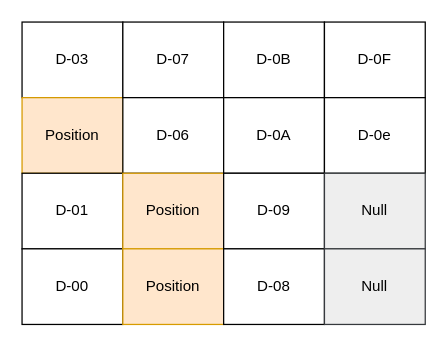
The draw.io diagram 未命名绘图.drawio in blueyesess/rtl_lab, before the edit. Source tidied: cells renumbered, new cells numbered last; positions are measured from the earlier drawing's top-left corner, leaving out a move shared by most shapes. Both pictures are drawn from the tidied source at 126%, with x=0, y=0 at pixel (21, 21).
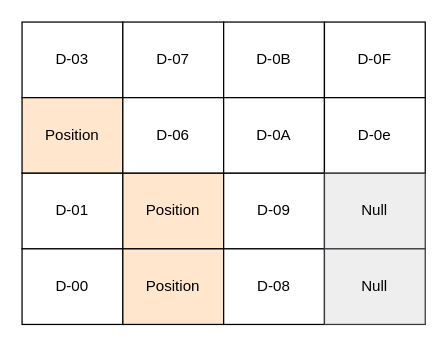
Above is the later version.

Commit message:
更新未命名绘图.drawio

Change to the diagram source:
```diff
@@
 <mxGraphModel>
   <root>
     <mxCell id="0" />
     <mxCell id="1" parent="0" />
     <mxCell id="2" value="D-03" style="rounded=0;whiteSpace=wrap;html=1;" parent="1" vertex="1">
       <mxGeometry width="80" height="60" as="geometry" />
     </mxCell>
-    <mxCell id="3" value="Position" style="rounded=0;whiteSpace=wrap;html=1;fillColor=#ffe6cc;strokeColor=#d79b00;" parent="1" vertex="1">
+    <mxCell id="3" value="Position" style="rounded=0;whiteSpace=wrap;html=1;fillColor=#ffe6cc;strokeColor=#000000;" parent="1" vertex="1">
       <mxGeometry y="60" width="80" height="60" as="geometry" />
     </mxCell>
     <mxCell id="4" value="D-01" style="rounded=0;whiteSpace=wrap;html=1;" parent="1" vertex="1">
       <mxGeometry y="120" width="80" height="60" as="geometry" />
     </mxCell>
     <mxCell id="5" value="D-00" style="rounded=0;whiteSpace=wrap;html=1;" parent="1" vertex="1">
       <mxGeometry y="180" width="80" height="60" as="geometry" />
     </mxCell>
     <mxCell id="6" value="D-07" style="rounded=0;whiteSpace=wrap;html=1;" parent="1" vertex="1">
       <mxGeometry x="80" width="80" height="60" as="geometry" />
     </mxCell>
     <mxCell id="7" value="D-06" style="rounded=0;whiteSpace=wrap;html=1;" parent="1" vertex="1">
       <mxGeometry x="80" y="60" width="80" height="60" as="geometry" />
     </mxCell>
-    <mxCell id="8" value="Position" style="rounded=0;whiteSpace=wrap;html=1;fillColor=#ffe6cc;strokeColor=#d79b00;" parent="1" vertex="1">
+    <mxCell id="8" value="Position" style="rounded=0;whiteSpace=wrap;html=1;fillColor=#ffe6cc;strokeColor=#000000;" parent="1" vertex="1">
       <mxGeometry x="80" y="120" width="80" height="60" as="geometry" />
     </mxCell>
-    <mxCell id="9" value="Position" style="rounded=0;whiteSpace=wrap;html=1;fillColor=#ffe6cc;strokeColor=#d79b00;" parent="1" vertex="1">
+    <mxCell id="9" value="Position" style="rounded=0;whiteSpace=wrap;html=1;fillColor=#ffe6cc;strokeColor=#000000;" parent="1" vertex="1">
       <mxGeometry x="80" y="180" width="80" height="60" as="geometry" />
     </mxCell>
     <mxCell id="10" value="D-0B" style="rounded=0;whiteSpace=wrap;html=1;" parent="1" vertex="1">
       <mxGeometry x="160" width="80" height="60" as="geometry" />
     </mxCell>
     <mxCell id="11" value="D-0A" style="rounded=0;whiteSpace=wrap;html=1;" parent="1" vertex="1">
       <mxGeometry x="160" y="60" width="80" height="60" as="geometry" />
     </mxCell>
     <mxCell id="12" value="D-09" style="rounded=0;whiteSpace=wrap;html=1;" parent="1" vertex="1">
       <mxGeometry x="160" y="120" width="80" height="60" as="geometry" />
     </mxCell>
     <mxCell id="13" value="D-08" style="rounded=0;whiteSpace=wrap;html=1;" parent="1" vertex="1">
       <mxGeometry x="160" y="180" width="80" height="60" as="geometry" />
     </mxCell>
     <mxCell id="14" value="D-0F" style="rounded=0;whiteSpace=wrap;html=1;" parent="1" vertex="1">
       <mxGeometry x="240" width="80" height="60" as="geometry" />
     </mxCell>
     <mxCell id="15" value="D-0e" style="rounded=0;whiteSpace=wrap;html=1;" parent="1" vertex="1">
       <mxGeometry x="240" y="60" width="80" height="60" as="geometry" />
     </mxCell>
     <mxCell id="16" value="Null" style="rounded=0;whiteSpace=wrap;html=1;fillColor=#eeeeee;strokeColor=#36393d;" parent="1" vertex="1">
       <mxGeometry x="240" y="120" width="80" height="60" as="geometry" />
     </mxCell>
     <mxCell id="17" value="Null" style="rounded=0;whiteSpace=wrap;html=1;fillColor=#eeeeee;strokeColor=#36393d;" parent="1" vertex="1">
       <mxGeometry x="240" y="180" width="80" height="60" as="geometry" />
     </mxCell>
   </root>
 </mxGraphModel>
```
